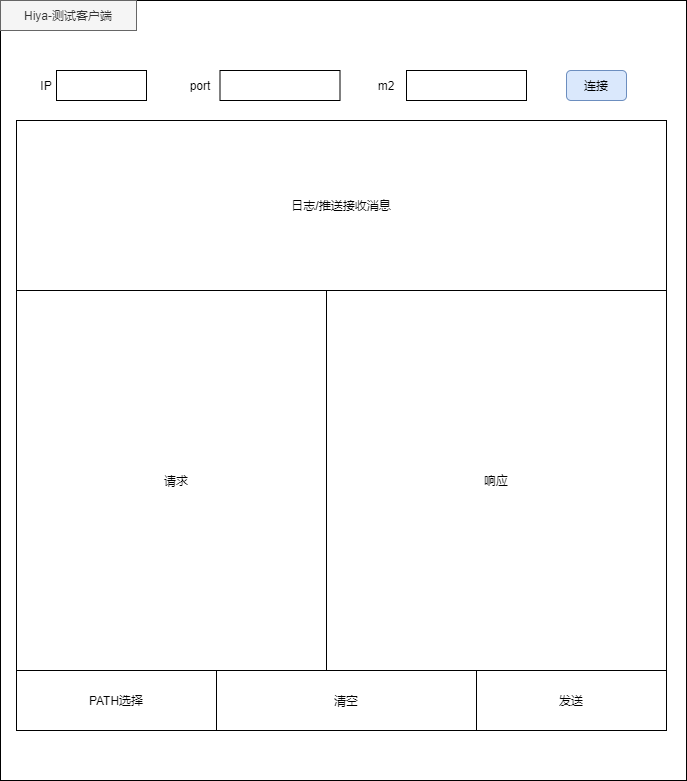
aizsfgk/cdn keeps this draw.io diagram as hiya-client.png. Above is the earlier version. Source tidied: cells renumbered, new cells last; positions are measured from the earlier drawing's top-left corner, leaving out a move shared by most shapes.
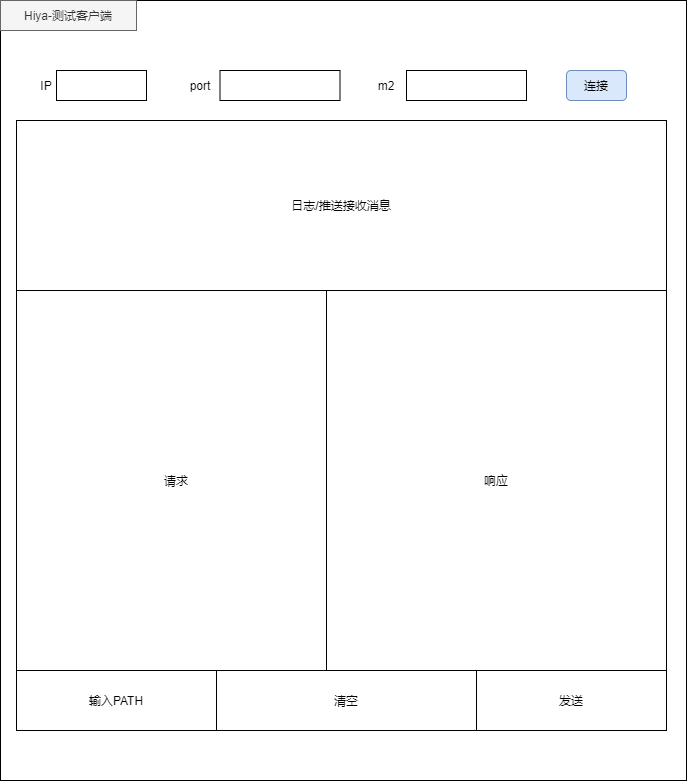
The same file after the commit.

Diff of the diagram source:
```diff
@@ -44,7 +44,7 @@
     <mxCell id="14" value="发送" style="rounded=0;whiteSpace=wrap;html=1;" parent="1" vertex="1">
       <mxGeometry x="476" y="670" width="190" height="60" as="geometry" />
     </mxCell>
-    <mxCell id="15" value="PATH选择" style="rounded=0;whiteSpace=wrap;html=1;" parent="1" vertex="1">
+    <mxCell id="15" value="输入PATH" style="rounded=0;whiteSpace=wrap;html=1;" parent="1" vertex="1">
       <mxGeometry x="16" y="670" width="200" height="60" as="geometry" />
     </mxCell>
     <mxCell id="16" value="Hiya-测试客户端" style="text;html=1;strokeColor=#666666;fillColor=#f5f5f5;align=center;verticalAlign=middle;whiteSpace=wrap;rounded=0;fontColor=#333333;" parent="1" vertex="1">
```
